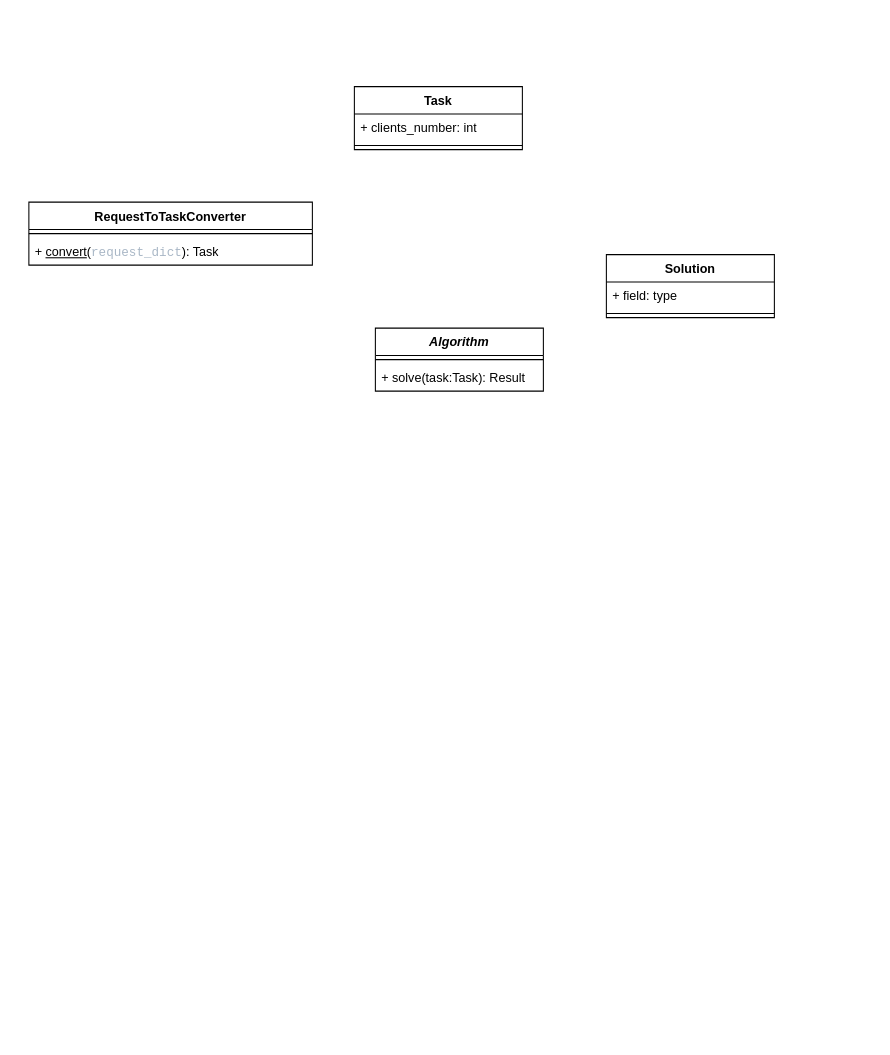
This is diagrams/class_diagram.drawio from AI-Alliance/OptiRoute, a draw.io file, before an edit. Source tidied: cells renumbered, new cells numbered last; positions are measured from the earlier drawing's top-left corner, leaving out a move shared by most shapes. Both pictures are drawn from the tidied source at 105%, with x=0, y=0 at pixel (28, 86).
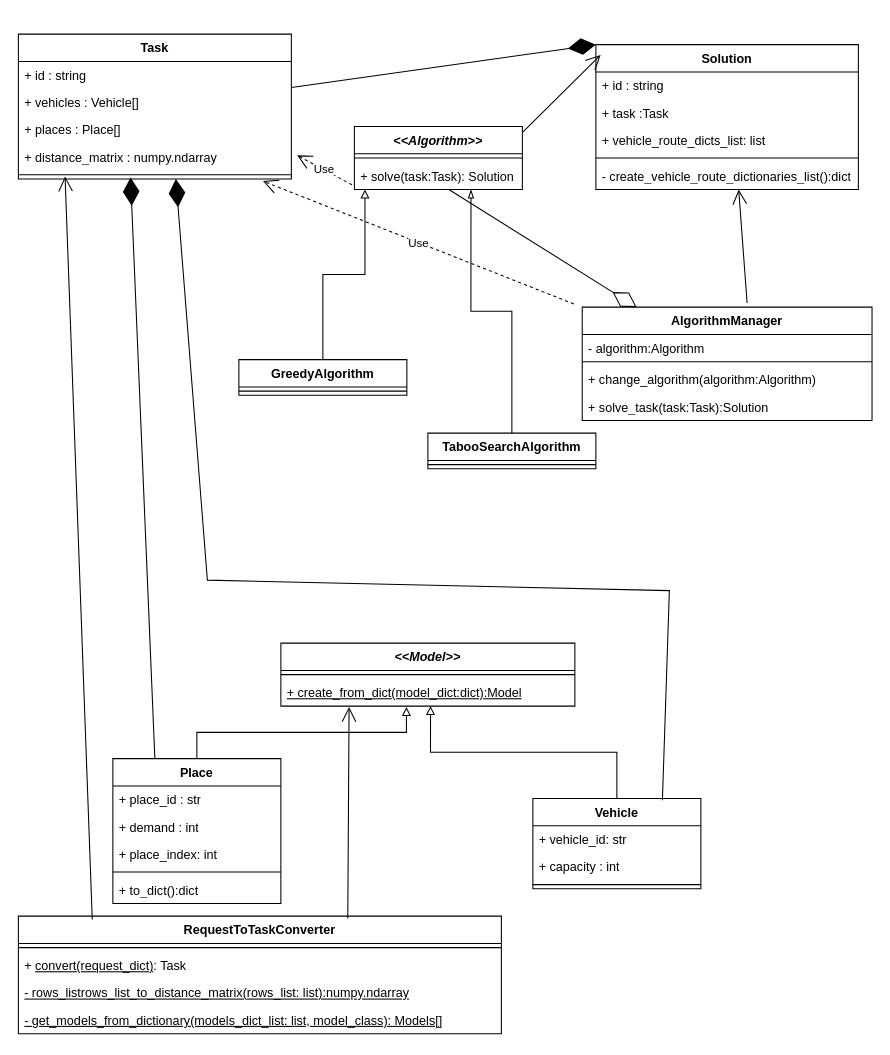
Above is the later version.

Diff of the diagram source:
```diff
@@
     <mxCell id="2" value="RequestToTaskConverter" style="swimlane;fontStyle=1;align=center;verticalAlign=top;horizontal=1;startSize=26;whiteSpace=wrap;html=1;" parent="1" vertex="1">
-      <mxGeometry y="110" width="270" height="60" as="geometry" />
+      <mxGeometry x="-10" y="790" width="460" height="112" as="geometry" />
     </mxCell>
     <mxCell id="3" style="line;strokeWidth=1;fillColor=none;align=left;verticalAlign=middle;spacingTop=-1;spacingLeft=3;spacingRight=3;labelPosition=right;strokeColor=inherit;" parent="2" vertex="1">
-      <mxGeometry y="26" width="270" height="8" as="geometry" />
+      <mxGeometry y="26" width="460" height="8" as="geometry" />
     </mxCell>
-    <mxCell id="4" value="+&amp;nbsp;&lt;u&gt;convert&lt;/u&gt;(&lt;font face=&quot;JetBrains Mono, monospace&quot; color=&quot;#a9b7c6&quot;&gt;request_dict&lt;/font&gt;): Task" style="text;strokeColor=none;fillColor=none;align=left;verticalAlign=top;spacingLeft=4;spacingRight=4;overflow=hidden;whiteSpace=wrap;html=1;" parent="2" vertex="1">
-      <mxGeometry y="34" width="270" height="26" as="geometry" />
+    <mxCell id="4" value="+&amp;nbsp;&lt;u&gt;convert(request_dict)&lt;/u&gt;: Task" style="text;strokeColor=none;fillColor=none;align=left;verticalAlign=top;spacingLeft=4;spacingRight=4;overflow=hidden;whiteSpace=wrap;html=1;" parent="2" vertex="1">
+      <mxGeometry y="34" width="460" height="26" as="geometry" />
     </mxCell>
+    <mxCell id="14" value="&lt;u&gt;-&amp;nbsp;rows_listrows_list_to_distance_matrix(rows_list: list):numpy.ndarray&lt;/u&gt;" style="text;strokeColor=none;fillColor=none;align=left;verticalAlign=top;spacingLeft=4;spacingRight=4;overflow=hidden;whiteSpace=wrap;html=1;" parent="2" vertex="1">
+      <mxGeometry y="60" width="460" height="26" as="geometry" />
+    </mxCell>
+    <mxCell id="15" value="&lt;u&gt;-&amp;nbsp;get_models_from_dictionary(models_dict_list: list, model_class): Models[]&lt;/u&gt;" style="text;strokeColor=none;fillColor=none;align=left;verticalAlign=top;spacingLeft=4;spacingRight=4;overflow=hidden;whiteSpace=wrap;html=1;" parent="2" vertex="1">
+      <mxGeometry y="86" width="460" height="26" as="geometry" />
+    </mxCell>
     <mxCell id="5" value="Task" style="swimlane;fontStyle=1;align=center;verticalAlign=top;horizontal=1;startSize=26;whiteSpace=wrap;html=1;" parent="1" vertex="1">
-      <mxGeometry x="310" width="160" height="60" as="geometry" />
+      <mxGeometry x="-10" y="-50" width="260" height="138" as="geometry" />
     </mxCell>
+    <mxCell id="16" value="+ id : string" style="text;strokeColor=none;fillColor=none;align=left;verticalAlign=top;spacingLeft=4;spacingRight=4;overflow=hidden;whiteSpace=wrap;html=1;" parent="5" vertex="1">
+      <mxGeometry y="26" width="260" height="26" as="geometry" />
+    </mxCell>
+    <mxCell id="17" value="+ vehicles : Vehicle[]" style="text;strokeColor=none;fillColor=none;align=left;verticalAlign=top;spacingLeft=4;spacingRight=4;overflow=hidden;whiteSpace=wrap;html=1;" parent="5" vertex="1">
+      <mxGeometry y="52" width="260" height="26" as="geometry" />
+    </mxCell>
+    <mxCell id="18" value="+ places : Place[]" style="text;strokeColor=none;fillColor=none;align=left;verticalAlign=top;spacingLeft=4;spacingRight=4;overflow=hidden;whiteSpace=wrap;html=1;" parent="5" vertex="1">
+      <mxGeometry y="78" width="260" height="26" as="geometry" />
+    </mxCell>
-    <mxCell id="6" value="+ clients_number: int" style="text;strokeColor=none;fillColor=none;align=left;verticalAlign=top;spacingLeft=4;spacingRight=4;overflow=hidden;points=[[0,0.5],[1,0.5]];portConstraint=eastwest;whiteSpace=wrap;html=1;" parent="5" vertex="1">
-      <mxGeometry y="26" width="160" height="26" as="geometry" />
+    <mxCell id="6" value="+ distance_matrix :&amp;nbsp;numpy.ndarray" style="text;strokeColor=none;fillColor=none;align=left;verticalAlign=top;spacingLeft=4;spacingRight=4;overflow=hidden;points=[[0,0.5],[1,0.5]];portConstraint=eastwest;whiteSpace=wrap;html=1;" parent="5" vertex="1">
+      <mxGeometry y="104" width="260" height="26" as="geometry" />
     </mxCell>
     <mxCell id="7" style="line;strokeWidth=1;fillColor=none;align=left;verticalAlign=middle;spacingTop=-1;spacingLeft=3;spacingRight=3;labelPosition=right;points=[];portConstraint=eastwest;strokeColor=inherit;" parent="5" vertex="1">
-      <mxGeometry y="52" width="160" height="8" as="geometry" />
+      <mxGeometry y="130" width="260" height="8" as="geometry" />
     </mxCell>
-    <mxCell id="8" value="&lt;i&gt;Algorithm&lt;/i&gt;" style="swimlane;fontStyle=1;align=center;verticalAlign=top;horizontal=1;startSize=26;whiteSpace=wrap;html=1;" parent="1" vertex="1">
-      <mxGeometry x="330" y="230" width="160" height="60" as="geometry" />
+    <mxCell id="8" value="&lt;i&gt;&amp;lt;&amp;lt;Algorithm&amp;gt;&amp;gt;&lt;/i&gt;" style="swimlane;fontStyle=1;align=center;verticalAlign=top;horizontal=1;startSize=26;whiteSpace=wrap;html=1;" parent="1" vertex="1">
+      <mxGeometry x="310" y="38" width="160" height="60" as="geometry" />
     </mxCell>
@@
-    <mxCell id="10" value="+ solve(task:Task): Result" style="text;strokeColor=none;fillColor=none;align=left;verticalAlign=top;spacingLeft=4;spacingRight=4;overflow=hidden;points=[[0,0.5],[1,0.5]];portConstraint=eastwest;whiteSpace=wrap;html=1;" parent="8" vertex="1">
+    <mxCell id="10" value="+ solve(task:Task): Solution" style="text;strokeColor=none;fillColor=none;align=left;verticalAlign=top;spacingLeft=4;spacingRight=4;overflow=hidden;points=[[0,0.5],[1,0.5]];portConstraint=eastwest;whiteSpace=wrap;html=1;" parent="8" vertex="1">
       <mxGeometry y="34" width="160" height="26" as="geometry" />
     </mxCell>
     <mxCell id="11" value="Solution" style="swimlane;fontStyle=1;align=center;verticalAlign=top;horizontal=1;startSize=26;whiteSpace=wrap;html=1;" parent="1" vertex="1">
-      <mxGeometry x="550" y="160" width="160" height="60" as="geometry" />
+      <mxGeometry x="540" y="-40" width="250" height="138" as="geometry" />
     </mxCell>
+    <mxCell id="19" value="+ id : string" style="text;strokeColor=none;fillColor=none;align=left;verticalAlign=top;spacingLeft=4;spacingRight=4;overflow=hidden;whiteSpace=wrap;html=1;" parent="11" vertex="1">
+      <mxGeometry y="26" width="250" height="26" as="geometry" />
+    </mxCell>
-    <mxCell id="12" value="+ field: type" style="text;strokeColor=none;fillColor=none;align=left;verticalAlign=top;spacingLeft=4;spacingRight=4;overflow=hidden;whiteSpace=wrap;html=1;" parent="11" vertex="1">
-      <mxGeometry y="26" width="160" height="26" as="geometry" />
+    <mxCell id="12" value="+ task :Task" style="text;strokeColor=none;fillColor=none;align=left;verticalAlign=top;spacingLeft=4;spacingRight=4;overflow=hidden;whiteSpace=wrap;html=1;" parent="11" vertex="1">
+      <mxGeometry y="52" width="250" height="26" as="geometry" />
     </mxCell>
+    <mxCell id="20" value="+ vehicle_route_dicts_list: list" style="text;strokeColor=none;fillColor=none;align=left;verticalAlign=top;spacingLeft=4;spacingRight=4;overflow=hidden;whiteSpace=wrap;html=1;" parent="11" vertex="1">
+      <mxGeometry y="78" width="250" height="26" as="geometry" />
+    </mxCell>
     <mxCell id="13" style="line;strokeWidth=1;fillColor=none;align=left;verticalAlign=middle;spacingTop=-1;spacingLeft=3;spacingRight=3;labelPosition=right;strokeColor=inherit;" parent="11" vertex="1">
-      <mxGeometry y="52" width="160" height="8" as="geometry" />
+      <mxGeometry y="104" width="250" height="8" as="geometry" />
     </mxCell>
+    <mxCell id="21" value="- create_vehicle_route_dictionaries_list():dict" style="text;strokeColor=none;fillColor=none;align=left;verticalAlign=top;spacingLeft=4;spacingRight=4;overflow=hidden;points=[[0,0.5],[1,0.5]];portConstraint=eastwest;whiteSpace=wrap;html=1;" parent="11" vertex="1">
+      <mxGeometry y="112" width="250" height="26" as="geometry" />
+    </mxCell>
+    <mxCell id="22" value="Use" style="endArrow=open;endSize=12;dashed=1;html=1;rounded=0;entryX=1.021;entryY=0.44;entryDx=0;entryDy=0;entryPerimeter=0;exitX=-0.014;exitY=0.828;exitDx=0;exitDy=0;exitPerimeter=0;" parent="1" edge="1" source="10" target="6">
+      <mxGeometry relative="1" as="geometry" />
+    </mxCell>
+    <mxCell id="23" style="endArrow=diamondThin;endFill=1;endSize=24;html=1;rounded=0;entryX=0;entryY=0;entryDx=0;entryDy=0;" parent="1" edge="1" source="5" target="11">
+      <mxGeometry relative="1" as="geometry" />
+    </mxCell>
+    <mxCell id="24" value="&lt;i&gt;&amp;lt;&amp;lt;Model&amp;gt;&amp;gt;&lt;/i&gt;" style="swimlane;fontStyle=1;align=center;verticalAlign=top;horizontal=1;startSize=26;whiteSpace=wrap;html=1;" parent="1" vertex="1">
+      <mxGeometry x="240" y="530" width="280" height="60" as="geometry" />
+    </mxCell>
+    <mxCell id="25" style="line;strokeWidth=1;fillColor=none;align=left;verticalAlign=middle;spacingTop=-1;spacingLeft=3;spacingRight=3;labelPosition=right;strokeColor=inherit;" parent="24" vertex="1">
+      <mxGeometry y="26" width="280" height="8" as="geometry" />
+    </mxCell>
+    <mxCell id="26" value="&lt;u&gt;+&amp;nbsp;create_from_dict&lt;span style=&quot;background-color: initial;&quot;&gt;(model_dict:dict):Model&lt;/span&gt;&lt;/u&gt;" style="text;strokeColor=none;fillColor=none;align=left;verticalAlign=top;spacingLeft=4;spacingRight=4;overflow=hidden;points=[[0,0.5],[1,0.5]];portConstraint=eastwest;whiteSpace=wrap;html=1;" parent="24" vertex="1">
+      <mxGeometry y="34" width="280" height="26" as="geometry" />
+    </mxCell>
+    <mxCell id="27" value="Place" style="swimlane;fontStyle=1;align=center;verticalAlign=top;horizontal=1;startSize=26;whiteSpace=wrap;html=1;" parent="1" vertex="1">
+      <mxGeometry x="80" y="640" width="160" height="138" as="geometry" />
+    </mxCell>
+    <mxCell id="28" value="+ place_id : str" style="text;strokeColor=none;fillColor=none;align=left;verticalAlign=top;spacingLeft=4;spacingRight=4;overflow=hidden;whiteSpace=wrap;html=1;" parent="27" vertex="1">
+      <mxGeometry y="26" width="160" height="26" as="geometry" />
+    </mxCell>
+    <mxCell id="29" value="+ demand : int" style="text;strokeColor=none;fillColor=none;align=left;verticalAlign=top;spacingLeft=4;spacingRight=4;overflow=hidden;whiteSpace=wrap;html=1;" parent="27" vertex="1">
+      <mxGeometry y="52" width="160" height="26" as="geometry" />
+    </mxCell>
+    <mxCell id="30" value="+&amp;nbsp;place_index: int" style="text;strokeColor=none;fillColor=none;align=left;verticalAlign=top;spacingLeft=4;spacingRight=4;overflow=hidden;whiteSpace=wrap;html=1;" parent="27" vertex="1">
+      <mxGeometry y="78" width="160" height="26" as="geometry" />
+    </mxCell>
+    <mxCell id="31" style="line;strokeWidth=1;fillColor=none;align=left;verticalAlign=middle;spacingTop=-1;spacingLeft=3;spacingRight=3;labelPosition=right;strokeColor=inherit;" parent="27" vertex="1">
+      <mxGeometry y="104" width="160" height="8" as="geometry" />
+    </mxCell>
+    <mxCell id="32" value="+ to_dict():dict" style="text;strokeColor=none;fillColor=none;align=left;verticalAlign=top;spacingLeft=4;spacingRight=4;overflow=hidden;whiteSpace=wrap;html=1;" parent="27" vertex="1">
+      <mxGeometry y="112" width="160" height="26" as="geometry" />
+    </mxCell>
+    <mxCell id="33" value="Vehicle" style="swimlane;fontStyle=1;align=center;verticalAlign=top;horizontal=1;startSize=26;whiteSpace=wrap;html=1;" parent="1" vertex="1">
+      <mxGeometry x="480" y="678" width="160" height="86" as="geometry" />
+    </mxCell>
+    <mxCell id="34" value="+&amp;nbsp;vehicle_id: str" style="text;strokeColor=none;fillColor=none;align=left;verticalAlign=top;spacingLeft=4;spacingRight=4;overflow=hidden;whiteSpace=wrap;html=1;" parent="33" vertex="1">
+      <mxGeometry y="26" width="160" height="26" as="geometry" />
+    </mxCell>
+    <mxCell id="35" value="+ capacity : int" style="text;strokeColor=none;fillColor=none;align=left;verticalAlign=top;spacingLeft=4;spacingRight=4;overflow=hidden;whiteSpace=wrap;html=1;" parent="33" vertex="1">
+      <mxGeometry y="52" width="160" height="26" as="geometry" />
+    </mxCell>
+    <mxCell id="36" style="line;strokeWidth=1;fillColor=none;align=left;verticalAlign=middle;spacingTop=-1;spacingLeft=3;spacingRight=3;labelPosition=right;strokeColor=inherit;" parent="33" vertex="1">
+      <mxGeometry y="78" width="160" height="8" as="geometry" />
+    </mxCell>
+    <mxCell id="37" style="edgeStyle=orthogonalEdgeStyle;rounded=0;jettySize=auto;html=1;entryX=0.427;entryY=1.029;entryDx=0;entryDy=0;entryPerimeter=0;endArrow=block;endFill=0;" parent="1" edge="1" source="27" target="26">
+      <mxGeometry relative="1" as="geometry" />
+    </mxCell>
+    <mxCell id="38" style="edgeStyle=orthogonalEdgeStyle;rounded=0;jettySize=auto;html=1;entryX=0.509;entryY=0.993;entryDx=0;entryDy=0;entryPerimeter=0;endArrow=block;endFill=0;" parent="1" edge="1" source="33" target="26">
+      <mxGeometry relative="1" as="geometry" />
+    </mxCell>
+    <mxCell id="39" style="endArrow=diamondThin;endFill=1;endSize=24;html=1;rounded=0;entryX=0.411;entryY=0.81;entryDx=0;entryDy=0;entryPerimeter=0;exitX=0.25;exitY=0;exitDx=0;exitDy=0;" parent="1" edge="1" source="27" target="7">
+      <mxGeometry relative="1" as="geometry" />
+    </mxCell>
+    <mxCell id="40" style="endArrow=diamondThin;endFill=1;endSize=24;html=1;rounded=0;exitX=0.771;exitY=0.019;exitDx=0;exitDy=0;exitPerimeter=0;" parent="1" edge="1" source="33">
+      <mxGeometry relative="1" as="geometry">
+        <mxPoint x="140" y="88" as="targetPoint" />
+        <Array as="points">
+          <mxPoint x="610" y="480" />
+          <mxPoint x="170" y="470" />
+        </Array>
+      </mxGeometry>
+    </mxCell>
+    <mxCell id="41" style="endArrow=open;endFill=1;endSize=12;html=1;rounded=0;entryX=0.018;entryY=0.071;entryDx=0;entryDy=0;entryPerimeter=0;exitX=1.001;exitY=0.094;exitDx=0;exitDy=0;exitPerimeter=0;" parent="1" edge="1" source="8" target="11">
+      <mxGeometry relative="1" as="geometry" />
+    </mxCell>
+    <mxCell id="42" style="endArrow=open;endFill=1;endSize=12;html=1;rounded=0;entryX=0.171;entryY=0.69;entryDx=0;entryDy=0;entryPerimeter=0;exitX=0.153;exitY=0.028;exitDx=0;exitDy=0;exitPerimeter=0;" parent="1" edge="1" source="2" target="7">
+      <mxGeometry relative="1" as="geometry" />
+    </mxCell>
+    <mxCell id="43" style="endArrow=open;endFill=1;endSize=12;html=1;rounded=0;entryX=0.232;entryY=1.029;entryDx=0;entryDy=0;entryPerimeter=0;exitX=0.682;exitY=0.02;exitDx=0;exitDy=0;exitPerimeter=0;" parent="1" edge="1" source="2" target="26">
+      <mxGeometry relative="1" as="geometry" />
+    </mxCell>
+    <mxCell id="44" value="AlgorithmManager" style="swimlane;fontStyle=1;align=center;verticalAlign=top;horizontal=1;startSize=26;whiteSpace=wrap;html=1;" parent="1" vertex="1">
+      <mxGeometry x="527" y="210" width="276" height="108" as="geometry" />
+    </mxCell>
+    <mxCell id="45" value="- algorithm:Algorithm" style="text;strokeColor=none;fillColor=none;align=left;verticalAlign=top;spacingLeft=4;spacingRight=4;overflow=hidden;whiteSpace=wrap;html=1;" parent="44" vertex="1">
+      <mxGeometry y="26" width="276" height="22" as="geometry" />
+    </mxCell>
+    <mxCell id="46" style="line;strokeWidth=1;fillColor=none;align=left;verticalAlign=middle;spacingTop=-1;spacingLeft=3;spacingRight=3;labelPosition=right;strokeColor=inherit;" parent="44" vertex="1">
+      <mxGeometry y="48" width="276" height="8" as="geometry" />
+    </mxCell>
+    <mxCell id="47" value="+ change_algorithm(algorithm:Algorithm)" style="text;strokeColor=none;fillColor=none;align=left;verticalAlign=top;spacingLeft=4;spacingRight=4;overflow=hidden;whiteSpace=wrap;html=1;" parent="44" vertex="1">
+      <mxGeometry y="56" width="276" height="26" as="geometry" />
+    </mxCell>
+    <mxCell id="48" value="+&amp;nbsp;solve_task(task:Task):Solution" style="text;strokeColor=none;fillColor=none;align=left;verticalAlign=top;spacingLeft=4;spacingRight=4;overflow=hidden;whiteSpace=wrap;html=1;" parent="44" vertex="1">
+      <mxGeometry y="82" width="276" height="26" as="geometry" />
+    </mxCell>
+    <mxCell id="49" style="endArrow=diamondThin;endFill=0;endSize=24;html=1;rounded=0;" parent="1" edge="1" target="44">
+      <mxGeometry relative="1" as="geometry">
+        <mxPoint x="400" y="98" as="sourcePoint" />
+      </mxGeometry>
+    </mxCell>
+    <mxCell id="50" style="endArrow=open;endFill=1;endSize=12;html=1;rounded=0;entryX=0.544;entryY=1;entryDx=0;entryDy=0;entryPerimeter=0;exitX=0.569;exitY=-0.037;exitDx=0;exitDy=0;exitPerimeter=0;" parent="1" edge="1" source="44" target="21">
+      <mxGeometry relative="1" as="geometry" />
+    </mxCell>
+    <mxCell id="51" value="Use" style="endArrow=open;endSize=12;dashed=1;html=1;rounded=0;entryX=0.896;entryY=1.25;entryDx=0;entryDy=0;entryPerimeter=0;exitX=-0.029;exitY=-0.028;exitDx=0;exitDy=0;exitPerimeter=0;" parent="1" edge="1" source="44" target="7">
+      <mxGeometry relative="1" as="geometry" />
+    </mxCell>
+    <mxCell id="52" value="GreedyAlgorithm" style="swimlane;fontStyle=1;align=center;verticalAlign=top;horizontal=1;startSize=26;whiteSpace=wrap;html=1;" parent="1" vertex="1">
+      <mxGeometry x="200" y="260" width="160" height="34" as="geometry" />
+    </mxCell>
+    <mxCell id="53" style="line;strokeWidth=1;fillColor=none;align=left;verticalAlign=middle;spacingTop=-1;spacingLeft=3;spacingRight=3;labelPosition=right;strokeColor=inherit;" parent="52" vertex="1">
+      <mxGeometry y="26" width="160" height="8" as="geometry" />
+    </mxCell>
+    <mxCell id="54" style="edgeStyle=orthogonalEdgeStyle;rounded=0;jettySize=auto;html=1;entryX=0.063;entryY=1;entryDx=0;entryDy=0;entryPerimeter=0;endArrow=block;endFill=0;" parent="1" edge="1" source="52" target="10">
+      <mxGeometry relative="1" as="geometry" />
+    </mxCell>
+    <mxCell id="55" value="TabooSearchAlgorithm" style="swimlane;fontStyle=1;align=center;verticalAlign=top;horizontal=1;startSize=26;whiteSpace=wrap;html=1;" parent="1" vertex="1">
+      <mxGeometry x="380" y="330" width="160" height="34" as="geometry" />
+    </mxCell>
+    <mxCell id="56" style="line;strokeWidth=1;fillColor=none;align=left;verticalAlign=middle;spacingTop=-1;spacingLeft=3;spacingRight=3;labelPosition=right;strokeColor=inherit;" parent="55" vertex="1">
+      <mxGeometry y="26" width="160" height="8" as="geometry" />
+    </mxCell>
+    <mxCell id="57" style="edgeStyle=orthogonalEdgeStyle;rounded=0;jettySize=auto;html=1;entryX=0.694;entryY=1;entryDx=0;entryDy=0;entryPerimeter=0;endArrow=blockThin;endFill=0;" parent="1" edge="1" source="55" target="10">
+      <mxGeometry relative="1" as="geometry" />
+    </mxCell>
```
